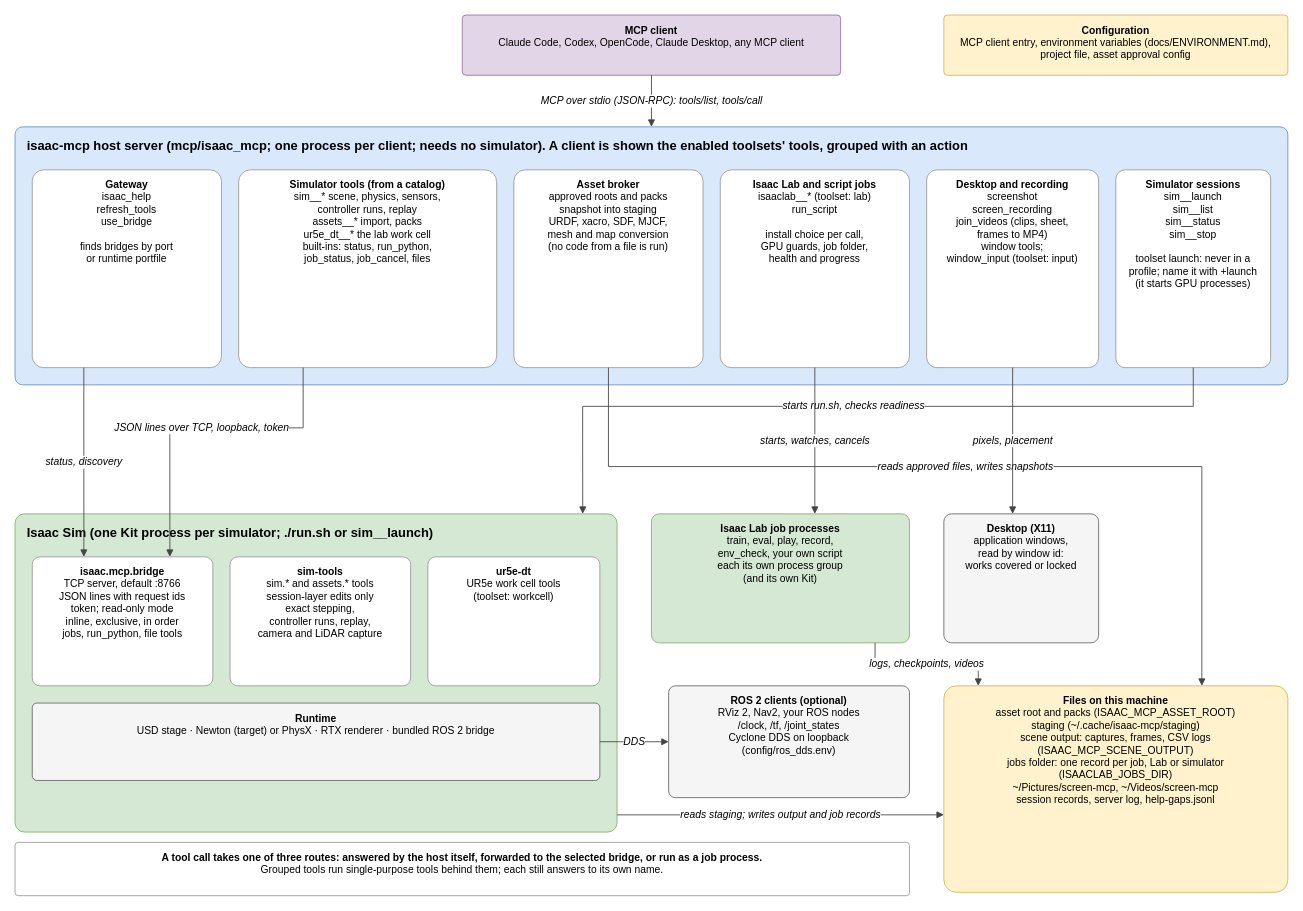
Before: docs/architecture.drawio in kalebcoleman/isaac-mcp, a draw.io diagram. Source tidied: cells renumbered, new cells numbered last; positions are measured from the earlier drawing's top-left corner, leaving out a move shared by most shapes. Both pictures are drawn from the tidied source at 86%, with x=0, y=0 at pixel (15, 15).
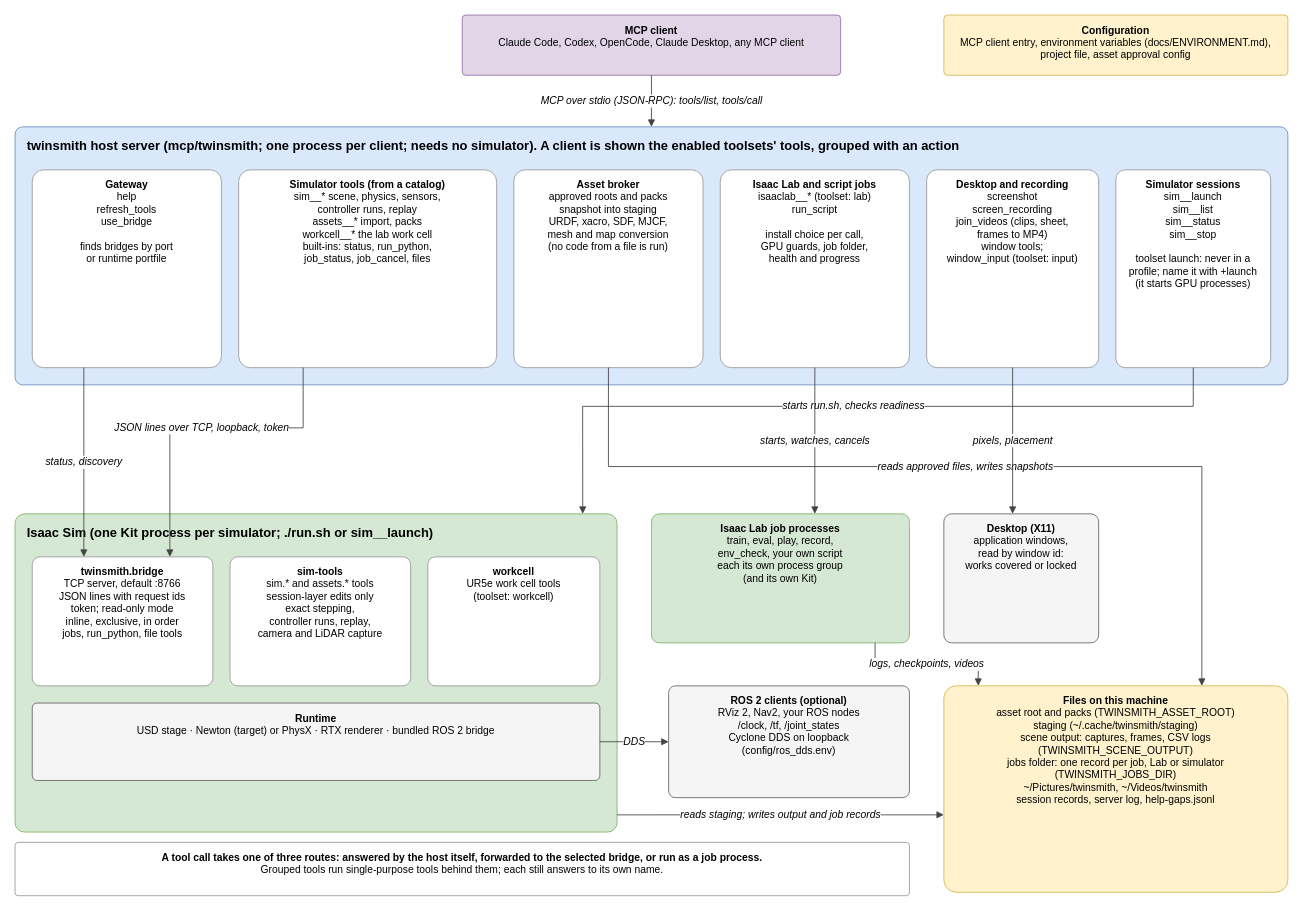
The same diagram, later.

Diff of the diagram source:
```diff
@@
-    <mxCell id="4" value="&lt;b&gt;isaac-mcp host server  (mcp/isaac_mcp; one process per client; needs no simulator).  A client is shown the enabled toolsets' tools, grouped with an action&lt;/b&gt;" style="rounded=1;arcSize=3;whiteSpace=wrap;html=1;fillColor=#dae8fc;strokeColor=#6c8ebf;verticalAlign=top;align=left;spacingLeft=12;spacingTop=6;fontSize=15;" parent="1" vertex="1">
+    <mxCell id="4" value="&lt;b&gt;twinsmith host server  (mcp/twinsmith; one process per client; needs no simulator).  A client is shown the enabled toolsets' tools, grouped with an action&lt;/b&gt;" style="rounded=1;arcSize=3;whiteSpace=wrap;html=1;fillColor=#dae8fc;strokeColor=#6c8ebf;verticalAlign=top;align=left;spacingLeft=12;spacingTop=6;fontSize=15;" parent="1" vertex="1">
       <mxGeometry y="130" width="1480" height="300" as="geometry" />
     </mxCell>
-    <mxCell id="5" value="&lt;b&gt;Gateway&lt;/b&gt;&lt;br&gt;isaac_help&lt;br&gt;refresh_tools&lt;br&gt;use_bridge&lt;br&gt;&lt;br&gt;finds bridges by port&lt;br&gt;or runtime portfile" style="rounded=1;arcSize=6;whiteSpace=wrap;html=1;fillColor=#ffffff;strokeColor=#999999;verticalAlign=top;spacingTop=4;fontSize=12;" parent="1" vertex="1">
+    <mxCell id="5" value="&lt;b&gt;Gateway&lt;/b&gt;&lt;br&gt;help&lt;br&gt;refresh_tools&lt;br&gt;use_bridge&lt;br&gt;&lt;br&gt;finds bridges by port&lt;br&gt;or runtime portfile" style="rounded=1;arcSize=6;whiteSpace=wrap;html=1;fillColor=#ffffff;strokeColor=#999999;verticalAlign=top;spacingTop=4;fontSize=12;" parent="1" vertex="1">
       <mxGeometry x="20" y="180" width="220" height="230" as="geometry" />
     </mxCell>
-    <mxCell id="6" value="&lt;b&gt;Simulator tools (from a catalog)&lt;/b&gt;&lt;br&gt;sim__*  scene, physics, sensors,&lt;br&gt;  controller runs, replay&lt;br&gt;assets__*  import, packs&lt;br&gt;ur5e_dt__*  the lab work cell&lt;br&gt;built-ins: status, run_python,&lt;br&gt;  job_status, job_cancel, files" style="rounded=1;arcSize=6;whiteSpace=wrap;html=1;fillColor=#ffffff;strokeColor=#999999;verticalAlign=top;spacingTop=4;fontSize=12;" parent="1" vertex="1">
+    <mxCell id="6" value="&lt;b&gt;Simulator tools (from a catalog)&lt;/b&gt;&lt;br&gt;sim__*  scene, physics, sensors,&lt;br&gt;  controller runs, replay&lt;br&gt;assets__*  import, packs&lt;br&gt;workcell__*  the lab work cell&lt;br&gt;built-ins: status, run_python,&lt;br&gt;  job_status, job_cancel, files" style="rounded=1;arcSize=6;whiteSpace=wrap;html=1;fillColor=#ffffff;strokeColor=#999999;verticalAlign=top;spacingTop=4;fontSize=12;" parent="1" vertex="1">
       <mxGeometry x="260" y="180" width="300" height="230" as="geometry" />
     </mxCell>
@@
-    <mxCell id="12" value="&lt;b&gt;isaac.mcp.bridge&lt;/b&gt;&lt;br&gt;TCP server, default :8766&lt;br&gt;JSON lines with request ids&lt;br&gt;token; read-only mode&lt;br&gt;inline, exclusive, in order&lt;br&gt;jobs, run_python, file tools" style="rounded=1;arcSize=6;whiteSpace=wrap;html=1;fillColor=#ffffff;strokeColor=#999999;verticalAlign=top;spacingTop=4;fontSize=12;" parent="1" vertex="1">
+    <mxCell id="12" value="&lt;b&gt;twinsmith.bridge&lt;/b&gt;&lt;br&gt;TCP server, default :8766&lt;br&gt;JSON lines with request ids&lt;br&gt;token; read-only mode&lt;br&gt;inline, exclusive, in order&lt;br&gt;jobs, run_python, file tools" style="rounded=1;arcSize=6;whiteSpace=wrap;html=1;fillColor=#ffffff;strokeColor=#999999;verticalAlign=top;spacingTop=4;fontSize=12;" parent="1" vertex="1">
       <mxGeometry x="20" y="630" width="210" height="150" as="geometry" />
     </mxCell>
@@
-    <mxCell id="14" value="&lt;b&gt;ur5e-dt&lt;/b&gt;&lt;br&gt;UR5e work cell tools&lt;br&gt;(toolset: workcell)" style="rounded=1;arcSize=6;whiteSpace=wrap;html=1;fillColor=#ffffff;strokeColor=#999999;verticalAlign=top;spacingTop=4;fontSize=12;" parent="1" vertex="1">
+    <mxCell id="14" value="&lt;b&gt;workcell&lt;/b&gt;&lt;br&gt;UR5e work cell tools&lt;br&gt;(toolset: workcell)" style="rounded=1;arcSize=6;whiteSpace=wrap;html=1;fillColor=#ffffff;strokeColor=#999999;verticalAlign=top;spacingTop=4;fontSize=12;" parent="1" vertex="1">
       <mxGeometry x="480" y="630" width="200" height="150" as="geometry" />
     </mxCell>
@@
-    <mxCell id="19" value="&lt;b&gt;Files on this machine&lt;/b&gt;&lt;br&gt;asset root and packs  (ISAAC_MCP_ASSET_ROOT)&lt;br&gt;staging  (~/.cache/isaac-mcp/staging)&lt;br&gt;scene output: captures, frames, CSV logs&lt;br&gt;  (ISAAC_MCP_SCENE_OUTPUT)&lt;br&gt;jobs folder: one record per job, Lab or simulator&lt;br&gt;  (ISAACLAB_JOBS_DIR)&lt;br&gt;~/Pictures/screen-mcp, ~/Videos/screen-mcp&lt;br&gt;session records, server log, help-gaps.jsonl" style="rounded=1;arcSize=6;whiteSpace=wrap;html=1;fillColor=#fff2cc;strokeColor=#d6b656;verticalAlign=top;spacingTop=4;fontSize=12;" parent="1" vertex="1">
+    <mxCell id="19" value="&lt;b&gt;Files on this machine&lt;/b&gt;&lt;br&gt;asset root and packs  (TWINSMITH_ASSET_ROOT)&lt;br&gt;staging  (~/.cache/twinsmith/staging)&lt;br&gt;scene output: captures, frames, CSV logs&lt;br&gt;  (TWINSMITH_SCENE_OUTPUT)&lt;br&gt;jobs folder: one record per job, Lab or simulator&lt;br&gt;  (TWINSMITH_JOBS_DIR)&lt;br&gt;~/Pictures/twinsmith, ~/Videos/twinsmith&lt;br&gt;session records, server log, help-gaps.jsonl" style="rounded=1;arcSize=6;whiteSpace=wrap;html=1;fillColor=#fff2cc;strokeColor=#d6b656;verticalAlign=top;spacingTop=4;fontSize=12;" parent="1" vertex="1">
       <mxGeometry x="1080" y="780" width="400" height="240" as="geometry" />
     </mxCell>
```
